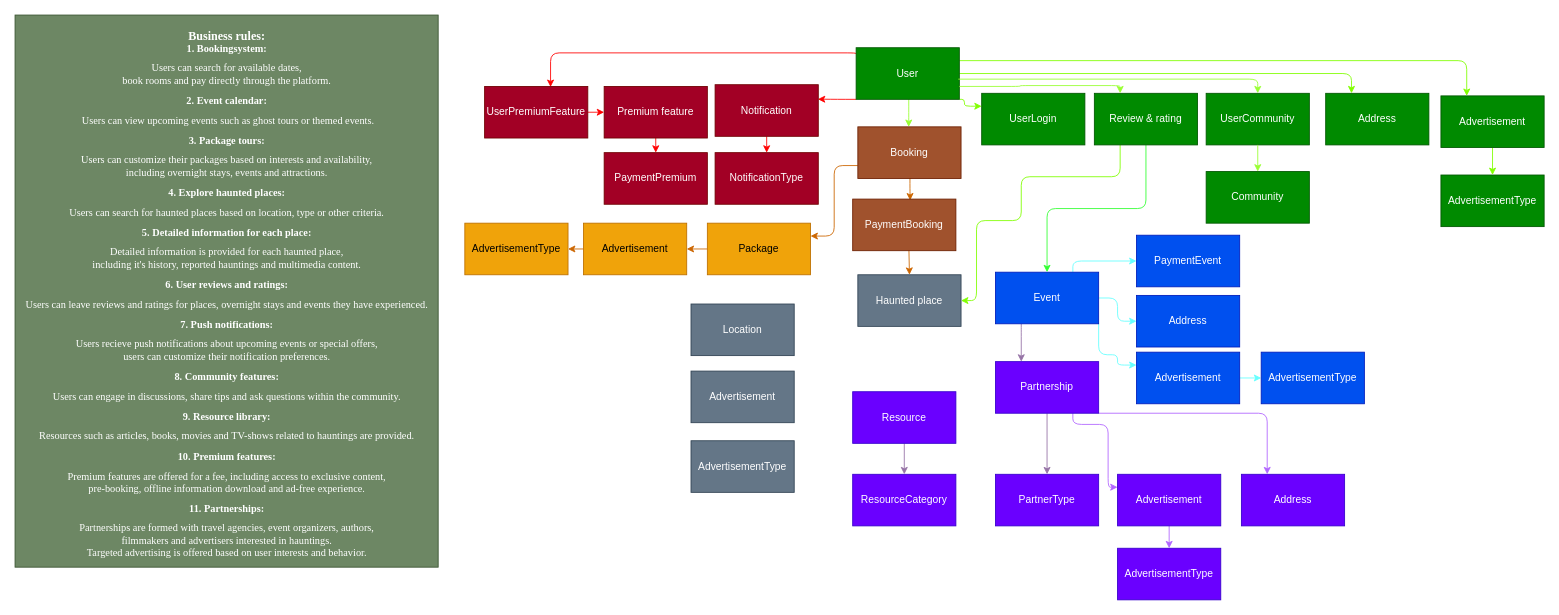
Above: page "konceptuell" (1 of 3) of PhantomFestivities.drawio in KristoferFangrat/ExamAssignment (draw.io), before the change. Source tidied: cells renumbered, new cells numbered last; positions are measured from the earlier drawing's top-left corner, leaving out a move shared by most shapes. Both pictures are drawn from the tidied source at 86%, with x=0, y=0 at pixel (15, 15).
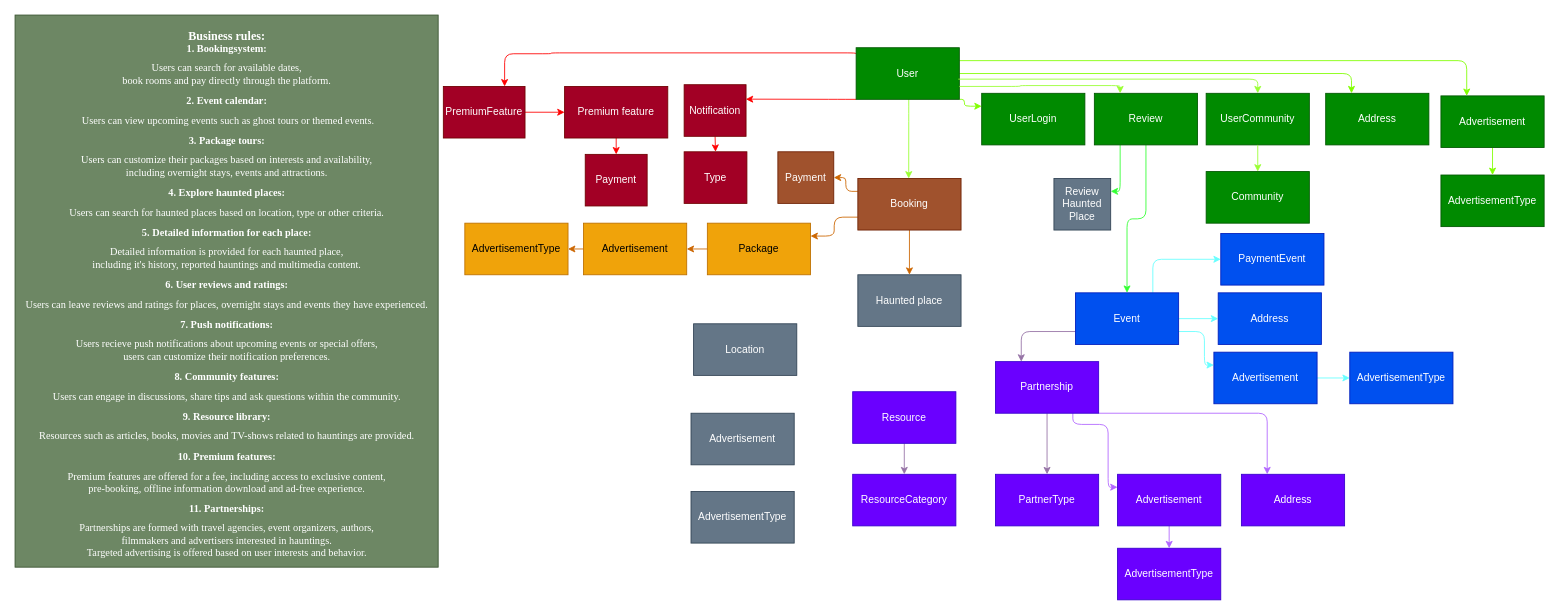
Above is the later version.

Unchanged cells that the change refers to:
```xml
<mxCell id="8" value="User" style="rounded=0;whiteSpace=wrap;html=1;fillColor=#008a00;strokeColor=#005700;fontColor=#ffffff;" parent="1" vertex="1">
  <mxGeometry x="978" y="38" width="120" height="60" as="geometry" />
</mxCell>
<mxCell id="19" value="Haunted place" style="rounded=0;whiteSpace=wrap;html=1;fillColor=#647687;strokeColor=#314354;fontColor=#ffffff;" parent="1" vertex="1">
  <mxGeometry x="980" y="302" width="120" height="60" as="geometry" />
</mxCell>
<mxCell id="30" value="Partnership" style="rounded=0;whiteSpace=wrap;html=1;fillColor=#6a00ff;strokeColor=#3700CC;fontColor=#ffffff;gradientDirection=south;" parent="1" vertex="1">
  <mxGeometry x="1140" y="403" width="120" height="60" as="geometry" />
</mxCell>
```

Diff of the diagram source:
```diff
@@
-    <mxCell id="4" style="edgeStyle=orthogonalEdgeStyle;rounded=1;html=1;exitX=-0.003;exitY=0.122;exitDx=0;exitDy=0;exitPerimeter=0;fillColor=#a20025;strokeColor=#FF0000;entryX=0.639;entryY=0.01;entryDx=0;entryDy=0;entryPerimeter=0;" parent="1" edge="1" source="8" target="41">
+    <mxCell id="4" style="edgeStyle=orthogonalEdgeStyle;rounded=1;html=1;exitX=-0.003;exitY=0.122;exitDx=0;exitDy=0;exitPerimeter=0;fillColor=#a20025;strokeColor=#FF0000;entryX=0.75;entryY=0;entryDx=0;entryDy=0;" parent="1" edge="1" source="8" target="41">
       <mxGeometry relative="1" as="geometry">
         <Array as="points">
+          <mxPoint x="978" y="44" />
           <mxPoint x="623" y="44" />
+          <mxPoint x="569" y="45" />
         </Array>
       </mxGeometry>
     </mxCell>
@@
-    <mxCell id="9" style="edgeStyle=orthogonalEdgeStyle;html=1;exitX=0.505;exitY=0.994;exitDx=0;exitDy=0;entryX=0.557;entryY=0.025;entryDx=0;entryDy=0;entryPerimeter=0;strokeColor=#CC6600;fontColor=#000000;startArrow=none;startFill=0;endArrow=classic;endFill=1;fillColor=#fff2cc;exitPerimeter=0;" parent="1" edge="1" source="11" target="48">
-      <mxGeometry relative="1" as="geometry" />
-    </mxCell>
@@
+    <mxCell id="72" style="edgeStyle=orthogonalEdgeStyle;rounded=1;sketch=0;hachureGap=4;jiggle=2;curveFitting=1;html=1;exitX=0;exitY=0.25;exitDx=0;exitDy=0;entryX=1;entryY=0.5;entryDx=0;entryDy=0;strokeColor=#CC6600;fontFamily=Helvetica;fontSize=12;" parent="1" edge="1" source="11" target="77">
+      <mxGeometry relative="1" as="geometry" />
+    </mxCell>
+    <mxCell id="73" style="edgeStyle=orthogonalEdgeStyle;rounded=1;sketch=0;hachureGap=4;jiggle=2;curveFitting=1;html=1;exitX=0.5;exitY=1;exitDx=0;exitDy=0;entryX=0.5;entryY=0;entryDx=0;entryDy=0;strokeColor=#CC6600;fontFamily=Helvetica;fontSize=12;" parent="1" edge="1" source="11" target="19">
+      <mxGeometry relative="1" as="geometry" />
+    </mxCell>
+    <mxCell id="74" style="edgeStyle=orthogonalEdgeStyle;rounded=1;sketch=0;hachureGap=4;jiggle=2;curveFitting=1;html=1;exitX=1;exitY=0.75;exitDx=0;exitDy=0;entryX=0;entryY=0.5;entryDx=0;entryDy=0;strokeColor=#FFFFFF;fontFamily=Helvetica;fontSize=12;" parent="1" edge="1" source="11" target="24">
+      <mxGeometry relative="1" as="geometry" />
+    </mxCell>
+    <mxCell id="75" style="edgeStyle=orthogonalEdgeStyle;rounded=1;sketch=0;hachureGap=4;jiggle=2;curveFitting=1;html=1;exitX=1;exitY=0.5;exitDx=0;exitDy=0;entryX=0;entryY=0.5;entryDx=0;entryDy=0;strokeColor=#FFFFFF;fontFamily=Helvetica;fontSize=12;" parent="1" edge="1" source="11" target="79">
+      <mxGeometry relative="1" as="geometry" />
+    </mxCell>
     <mxCell id="11" value="Booking" style="rounded=0;whiteSpace=wrap;html=1;fillColor=#a0522d;strokeColor=#6D1F00;fontColor=#ffffff;" parent="1" vertex="1">
-      <mxGeometry x="980" y="130" width="120" height="60" as="geometry" />
+      <mxGeometry x="980" y="190" width="120" height="60" as="geometry" />
     </mxCell>
@@
     <mxCell id="14" value="Notification" style="rounded=0;whiteSpace=wrap;html=1;fillColor=#a20025;strokeColor=#6F0000;fontColor=#ffffff;" parent="1" vertex="1">
-      <mxGeometry x="814" y="81" width="120" height="60" as="geometry" />
+      <mxGeometry x="778" y="81" width="72" height="60" as="geometry" />
     </mxCell>
@@
     <mxCell id="18" style="edgeStyle=orthogonalEdgeStyle;rounded=1;sketch=0;hachureGap=4;jiggle=2;curveFitting=1;html=1;exitX=0;exitY=1;exitDx=0;exitDy=0;entryX=1;entryY=0.5;entryDx=0;entryDy=0;strokeColor=#FFFFFF;fontFamily=Architects Daughter;fontSize=16;" parent="1" edge="1" source="19" target="63">
       <mxGeometry relative="1" as="geometry">
         <Array as="points">
           <mxPoint x="980" y="413" />
           <mxPoint x="944" y="413" />
-          <mxPoint x="944" y="444" />
+          <mxPoint x="944" y="493" />
         </Array>
       </mxGeometry>
     </mxCell>
@@
-    <mxCell id="20" style="edgeStyle=orthogonalEdgeStyle;rounded=1;html=1;exitX=0.25;exitY=1;exitDx=0;exitDy=0;strokeColor=#9673a6;entryX=0.25;entryY=0;entryDx=0;entryDy=0;fillColor=#e1d5e7;" parent="1" edge="1" source="24" target="30">
+    <mxCell id="20" style="edgeStyle=orthogonalEdgeStyle;rounded=1;html=1;exitX=0;exitY=0.75;exitDx=0;exitDy=0;strokeColor=#9673a6;entryX=0.25;entryY=0;entryDx=0;entryDy=0;fillColor=#e1d5e7;" parent="1" edge="1" source="24" target="30">
       <mxGeometry relative="1" as="geometry">
         <Array as="points">
-          <mxPoint x="1170" y="364" />
-          <mxPoint x="1170" y="364" />
+          <mxPoint x="1170" y="368" />
         </Array>
       </mxGeometry>
     </mxCell>
@@
-    <mxCell id="23" style="edgeStyle=orthogonalEdgeStyle;rounded=1;sketch=0;hachureGap=4;jiggle=2;curveFitting=1;html=1;exitX=1;exitY=1;exitDx=0;exitDy=0;entryX=0;entryY=0.25;entryDx=0;entryDy=0;strokeColor=#66FFFF;fontFamily=Architects Daughter;fontSize=16;" parent="1" edge="1" source="24" target="60">
+    <mxCell id="23" style="edgeStyle=orthogonalEdgeStyle;rounded=1;sketch=0;hachureGap=4;jiggle=2;curveFitting=1;html=1;exitX=1;exitY=0.75;exitDx=0;exitDy=0;entryX=0;entryY=0.25;entryDx=0;entryDy=0;strokeColor=#66FFFF;fontFamily=Architects Daughter;fontSize=16;" parent="1" edge="1" source="24" target="60">
       <mxGeometry relative="1" as="geometry">
         <Array as="points">
-          <mxPoint x="1260" y="395" />
-          <mxPoint x="1282" y="395" />
-          <mxPoint x="1282" y="407" />
+          <mxPoint x="1383" y="368" />
+          <mxPoint x="1383" y="407" />
         </Array>
       </mxGeometry>
     </mxCell>
     <mxCell id="24" value="Event" style="rounded=0;whiteSpace=wrap;html=1;fillColor=#0050ef;strokeColor=#001DBC;fontColor=#ffffff;" parent="1" vertex="1">
-      <mxGeometry x="1140" y="299" width="120" height="60" as="geometry" />
+      <mxGeometry x="1233" y="323" width="120" height="60" as="geometry" />
     </mxCell>
@@
-    <mxCell id="34" style="edgeStyle=orthogonalEdgeStyle;rounded=1;html=1;exitX=0.25;exitY=1;exitDx=0;exitDy=0;entryX=1;entryY=0.5;entryDx=0;entryDy=0;fillColor=#fff2cc;strokeColor=#80FF00;" parent="1" edge="1" source="36" target="19">
-      <mxGeometry relative="1" as="geometry">
-        <Array as="points">
-          <mxPoint x="1285" y="188" />
-          <mxPoint x="1170" y="188" />
-          <mxPoint x="1170" y="239" />
-          <mxPoint x="1118" y="239" />
-          <mxPoint x="1118" y="332" />
-        </Array>
-      </mxGeometry>
-    </mxCell>
@@
+    <mxCell id="76" style="edgeStyle=orthogonalEdgeStyle;rounded=1;sketch=0;hachureGap=4;jiggle=2;curveFitting=1;html=1;exitX=0.25;exitY=1;exitDx=0;exitDy=0;entryX=1;entryY=0.25;entryDx=0;entryDy=0;strokeColor=#33FF33;fontFamily=Helvetica;fontSize=12;" parent="1" edge="1" source="36" target="79">
+      <mxGeometry relative="1" as="geometry" />
+    </mxCell>
-    <mxCell id="36" value="Review &amp;amp; rating" style="rounded=0;whiteSpace=wrap;html=1;fillColor=#008a00;strokeColor=#005700;fontColor=#ffffff;" parent="1" vertex="1">
+    <mxCell id="36" value="Review" style="rounded=0;whiteSpace=wrap;html=1;fillColor=#008a00;strokeColor=#005700;fontColor=#ffffff;" parent="1" vertex="1">
       <mxGeometry x="1255" y="91" width="120" height="60" as="geometry" />
     </mxCell>
@@
     <mxCell id="39" value="Premium feature" style="rounded=0;whiteSpace=wrap;html=1;fillColor=#a20025;strokeColor=#6F0000;fontColor=#ffffff;" parent="1" vertex="1">
-      <mxGeometry x="685" y="83" width="120" height="60" as="geometry" />
+      <mxGeometry x="639" y="83" width="120" height="60" as="geometry" />
     </mxCell>
@@
-    <mxCell id="41" value="UserPremiumFeature" style="rounded=0;whiteSpace=wrap;html=1;fillColor=#a20025;strokeColor=#6F0000;fontColor=#ffffff;" parent="1" vertex="1">
-      <mxGeometry x="546" y="83" width="120" height="60" as="geometry" />
+    <mxCell id="41" value="PremiumFeature" style="rounded=0;whiteSpace=wrap;html=1;fillColor=#a20025;strokeColor=#6F0000;fontColor=#ffffff;" parent="1" vertex="1">
+      <mxGeometry x="498" y="83" width="95" height="60" as="geometry" />
     </mxCell>
-    <mxCell id="42" value="PaymentPremium" style="rounded=0;whiteSpace=wrap;html=1;fillColor=#a20025;strokeColor=#6F0000;fontColor=#ffffff;" parent="1" vertex="1">
-      <mxGeometry x="685" y="160" width="120" height="60" as="geometry" />
+    <mxCell id="42" value="Payment" style="rounded=0;whiteSpace=wrap;html=1;fillColor=#a20025;strokeColor=#6F0000;fontColor=#ffffff;" parent="1" vertex="1">
+      <mxGeometry x="663" y="162" width="72" height="60" as="geometry" />
     </mxCell>
-    <mxCell id="43" value="NotificationType" style="rounded=0;whiteSpace=wrap;html=1;fillColor=#a20025;strokeColor=#6F0000;fontColor=#ffffff;" parent="1" vertex="1">
-      <mxGeometry x="814" y="160" width="120" height="60" as="geometry" />
+    <mxCell id="43" value="Type" style="rounded=0;whiteSpace=wrap;html=1;fillColor=#a20025;strokeColor=#6F0000;fontColor=#ffffff;" parent="1" vertex="1">
+      <mxGeometry x="778" y="159" width="73" height="60" as="geometry" />
     </mxCell>
@@
     <mxCell id="46" value="PaymentEvent" style="rounded=0;whiteSpace=wrap;html=1;fillColor=#0050ef;strokeColor=#001DBC;fontColor=#ffffff;" parent="1" vertex="1">
-      <mxGeometry x="1304" y="256" width="120" height="60" as="geometry" />
+      <mxGeometry x="1402" y="254" width="120" height="60" as="geometry" />
     </mxCell>
-    <mxCell id="47" style="edgeStyle=none;html=1;exitX=0.545;exitY=0.989;exitDx=0;exitDy=0;entryX=0.5;entryY=0;entryDx=0;entryDy=0;fontFamily=Times New Roman;fontColor=#000000;fillColor=#fff2cc;strokeColor=#CC6600;exitPerimeter=0;" parent="1" edge="1" source="48" target="19">
-      <mxGeometry relative="1" as="geometry" />
-    </mxCell>
-    <mxCell id="48" value="PaymentBooking" style="rounded=0;whiteSpace=wrap;html=1;fillColor=#a0522d;strokeColor=#6D1F00;fontColor=#ffffff;" parent="1" vertex="1">
-      <mxGeometry x="974" y="214" width="120" height="60" as="geometry" />
-    </mxCell>
@@
     <mxCell id="58" value="Address" style="rounded=0;whiteSpace=wrap;html=1;fillColor=#0050ef;strokeColor=#001DBC;fontColor=#ffffff;" parent="1" vertex="1">
-      <mxGeometry x="1304" y="326" width="120" height="60" as="geometry" />
+      <mxGeometry x="1399" y="323" width="120" height="60" as="geometry" />
     </mxCell>
@@
     <mxCell id="60" value="Advertisement" style="rounded=0;whiteSpace=wrap;html=1;fillColor=#0050ef;strokeColor=#001DBC;fontColor=#ffffff;" parent="1" vertex="1">
-      <mxGeometry x="1304" y="392" width="120" height="60" as="geometry" />
+      <mxGeometry x="1394" y="392" width="120" height="60" as="geometry" />
     </mxCell>
     <mxCell id="61" value="Location" style="rounded=0;whiteSpace=wrap;html=1;fillColor=#647687;strokeColor=#314354;fontColor=#ffffff;" parent="1" vertex="1">
-      <mxGeometry x="786" y="336" width="120" height="60" as="geometry" />
+      <mxGeometry x="789" y="359" width="120" height="60" as="geometry" />
     </mxCell>
@@
     <mxCell id="63" value="Advertisement" style="rounded=0;whiteSpace=wrap;html=1;fillColor=#647687;strokeColor=#314354;fontColor=#ffffff;" parent="1" vertex="1">
-      <mxGeometry x="786" y="414" width="120" height="60" as="geometry" />
+      <mxGeometry x="786" y="463" width="120" height="60" as="geometry" />
     </mxCell>
@@
     <mxCell id="67" value="AdvertisementType" style="rounded=0;whiteSpace=wrap;html=1;fillColor=#647687;strokeColor=#314354;fontColor=#ffffff;" parent="1" vertex="1">
-      <mxGeometry x="786" y="495" width="120" height="60" as="geometry" />
+      <mxGeometry x="786" y="554" width="120" height="60" as="geometry" />
     </mxCell>
     <mxCell id="68" value="AdvertisementType" style="rounded=0;whiteSpace=wrap;html=1;fillColor=#0050ef;strokeColor=#001DBC;fontColor=#ffffff;" parent="1" vertex="1">
-      <mxGeometry x="1449" y="392" width="120" height="60" as="geometry" />
+      <mxGeometry x="1552" y="392" width="120" height="60" as="geometry" />
     </mxCell>
@@
+    <mxCell id="77" value="Payment" style="rounded=0;whiteSpace=wrap;html=1;fillColor=#a0522d;strokeColor=#6D1F00;fontColor=#ffffff;" parent="1" vertex="1">
+      <mxGeometry x="887" y="159" width="65" height="60" as="geometry" />
+    </mxCell>
+    <mxCell id="78" style="edgeStyle=orthogonalEdgeStyle;rounded=1;sketch=0;hachureGap=4;jiggle=2;curveFitting=1;html=1;exitX=0;exitY=0.75;exitDx=0;exitDy=0;entryX=1;entryY=0.25;entryDx=0;entryDy=0;strokeColor=#FFFFFF;fontFamily=Helvetica;fontSize=12;" parent="1" edge="1" source="79" target="19">
+      <mxGeometry relative="1" as="geometry">
+        <Array as="points">
+          <mxPoint x="1166" y="235" />
+          <mxPoint x="1166" y="317" />
+        </Array>
+      </mxGeometry>
+    </mxCell>
+    <mxCell id="79" value="Review&lt;br&gt;Haunted&lt;br&gt;Place" style="rounded=0;whiteSpace=wrap;html=1;fillColor=#647687;strokeColor=#314354;fontColor=#ffffff;" parent="1" vertex="1">
+      <mxGeometry x="1208" y="190" width="66" height="60" as="geometry" />
+    </mxCell>
```
